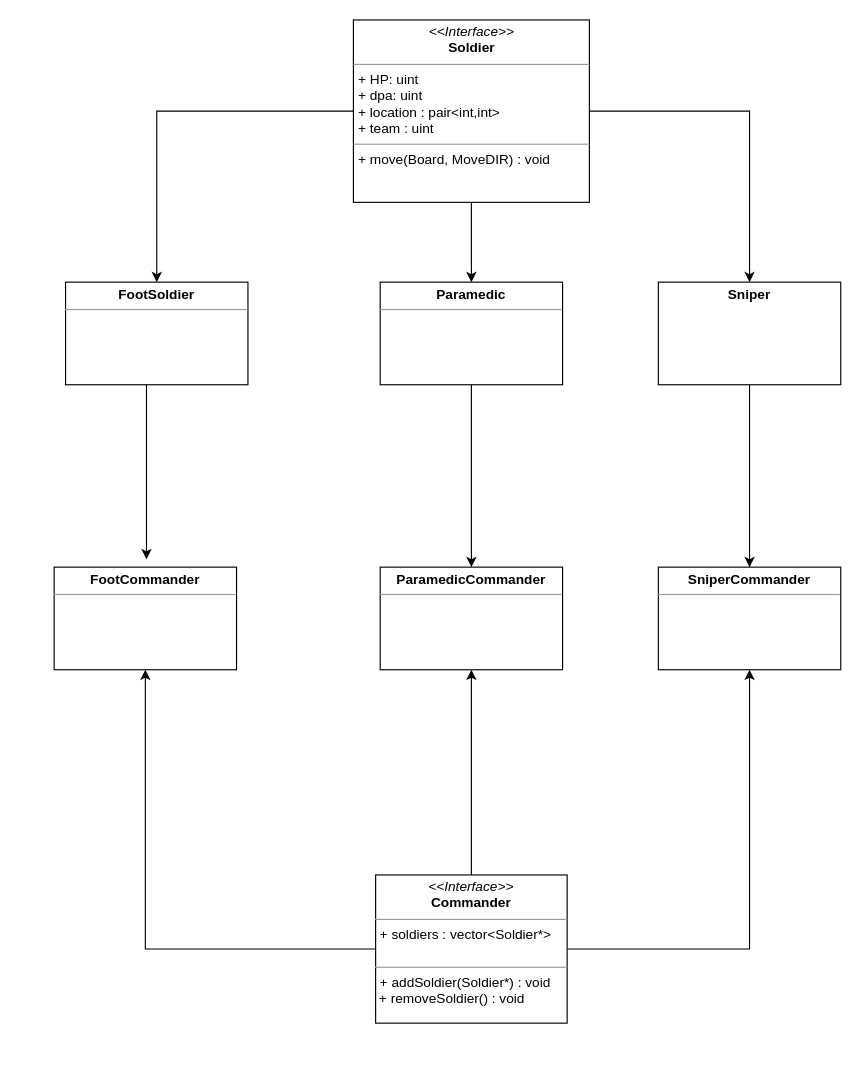
Before: docs/soldiers.drawio in dean985/wargame, a draw.io diagram. Source tidied: cells renumbered, new cells numbered last; positions are measured from the earlier drawing's top-left corner, leaving out a move shared by most shapes. Both pictures are drawn from the tidied source at 114%, with x=0, y=0 at pixel (54, 19).
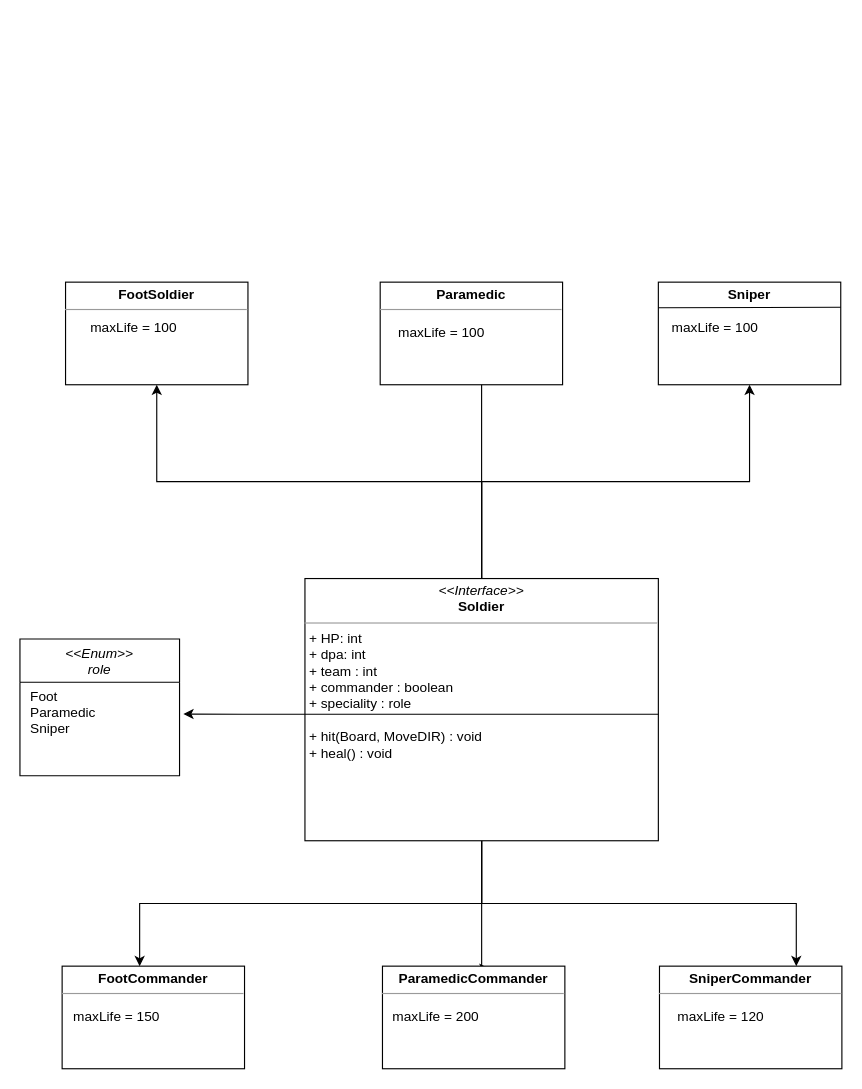
Above is the later version.

The change refers to these unchanged cells:
```xml
<mxCell id="11" value="&lt;p style=&quot;margin: 0px ; margin-top: 4px ; text-align: center&quot;&gt;&lt;b&gt;FootSoldier&lt;/b&gt;&lt;/p&gt;&lt;hr size=&quot;1&quot;&gt;&lt;p style=&quot;margin: 0px ; margin-left: 4px&quot;&gt;&lt;/p&gt;&lt;p style=&quot;margin: 0px ; margin-left: 4px&quot;&gt;&lt;br&gt;&lt;/p&gt;" style="verticalAlign=top;align=left;overflow=fill;fontSize=12;fontFamily=Helvetica;html=1;" parent="1" vertex="1">
  <mxGeometry x="10" y="230" width="160" height="90" as="geometry" />
</mxCell>
<mxCell id="14" value="&lt;p style=&quot;margin: 0px ; margin-top: 4px ; text-align: center&quot;&gt;&lt;b&gt;Paramedic&lt;/b&gt;&lt;/p&gt;&lt;hr size=&quot;1&quot;&gt;&lt;p style=&quot;margin: 0px ; margin-left: 4px&quot;&gt;&lt;/p&gt;&lt;p style=&quot;margin: 0px ; margin-left: 4px&quot;&gt;&lt;br&gt;&lt;/p&gt;" style="verticalAlign=top;align=left;overflow=fill;fontSize=12;fontFamily=Helvetica;html=1;" parent="1" vertex="1">
  <mxGeometry x="286" y="230" width="160" height="90" as="geometry" />
</mxCell>
```

Diff of the diagram source:
```diff
@@
+    <mxCell id="4" style="edgeStyle=orthogonalEdgeStyle;rounded=0;jettySize=auto;html=1;entryX=0.556;entryY=0.889;entryDx=0;entryDy=0;entryPerimeter=0;" parent="1" edge="1" source="5" target="14">
+      <mxGeometry relative="1" as="geometry" />
+    </mxCell>
-    <mxCell id="2" style="edgeStyle=orthogonalEdgeStyle;rounded=0;jettySize=auto;html=1;entryX=0.5;entryY=0;entryDx=0;entryDy=0;" parent="1" edge="1" source="5" target="17">
+    <mxCell id="2" style="edgeStyle=orthogonalEdgeStyle;rounded=0;jettySize=auto;html=1;entryX=0.5;entryY=1;entryDx=0;entryDy=0;" parent="1" edge="1" source="5" target="17">
       <mxGeometry relative="1" as="geometry" />
     </mxCell>
+    <mxCell id="19" style="edgeStyle=orthogonalEdgeStyle;rounded=0;jettySize=auto;html=1;entryX=0.587;entryY=0.026;entryDx=0;entryDy=0;entryPerimeter=0;" parent="1" edge="1" source="5" target="15">
+      <mxGeometry relative="1" as="geometry">
+        <Array as="points">
+          <mxPoint x="375" y="775" />
+          <mxPoint x="375" y="775" />
+        </Array>
+      </mxGeometry>
+    </mxCell>
+    <mxCell id="20" style="edgeStyle=orthogonalEdgeStyle;rounded=0;jettySize=auto;html=1;entryX=0.75;entryY=0;entryDx=0;entryDy=0;" parent="1" edge="1" source="5" target="18">
+      <mxGeometry relative="1" as="geometry">
+        <Array as="points">
+          <mxPoint x="375" y="775" />
+          <mxPoint x="651" y="775" />
+        </Array>
+      </mxGeometry>
+    </mxCell>
+    <mxCell id="21" style="edgeStyle=orthogonalEdgeStyle;rounded=0;jettySize=auto;html=1;" parent="1" edge="1" source="5" target="12">
+      <mxGeometry relative="1" as="geometry">
+        <Array as="points">
+          <mxPoint x="375" y="775" />
+          <mxPoint x="75" y="775" />
+        </Array>
+      </mxGeometry>
+    </mxCell>
-    <mxCell id="3" style="edgeStyle=orthogonalEdgeStyle;rounded=0;jettySize=auto;html=1;entryX=0.5;entryY=0;entryDx=0;entryDy=0;" parent="1" edge="1" source="5" target="11">
-      <mxGeometry relative="1" as="geometry" />
+    <mxCell id="3" style="edgeStyle=orthogonalEdgeStyle;rounded=0;jettySize=auto;html=1;entryX=0.5;entryY=1;entryDx=0;entryDy=0;" parent="1" edge="1" source="5" target="11">
+      <mxGeometry relative="1" as="geometry">
+        <Array as="points">
+          <mxPoint x="375" y="405" />
+          <mxPoint x="90" y="405" />
+        </Array>
+      </mxGeometry>
     </mxCell>
-    <mxCell id="4" style="edgeStyle=orthogonalEdgeStyle;rounded=0;jettySize=auto;html=1;entryX=0.5;entryY=0;entryDx=0;entryDy=0;" parent="1" edge="1" source="5" target="14">
-      <mxGeometry relative="1" as="geometry" />
-    </mxCell>
-    <mxCell id="5" value="&lt;p style=&quot;margin: 0px ; margin-top: 4px ; text-align: center&quot;&gt;&lt;i&gt;&amp;lt;&amp;lt;Interface&amp;gt;&amp;gt;&lt;/i&gt;&lt;br&gt;&lt;b&gt;Soldier&lt;/b&gt;&lt;/p&gt;&lt;hr size=&quot;1&quot;&gt;&lt;p style=&quot;margin: 0px ; margin-left: 4px&quot;&gt;+ HP: uint&lt;br&gt;+ dpa: uint&lt;/p&gt;&lt;p style=&quot;margin: 0px ; margin-left: 4px&quot;&gt;+ location : pair&amp;lt;int,int&amp;gt;&lt;/p&gt;&lt;p style=&quot;margin: 0px ; margin-left: 4px&quot;&gt;+ team : uint&lt;/p&gt;&lt;hr size=&quot;1&quot;&gt;&lt;p style=&quot;margin: 0px ; margin-left: 4px&quot;&gt;+ move(Board, MoveDIR) : void&lt;br&gt;&lt;/p&gt;" style="verticalAlign=top;align=left;overflow=fill;fontSize=12;fontFamily=Helvetica;html=1;" parent="1" vertex="1">
-      <mxGeometry x="262.5" width="207" height="160" as="geometry" />
+    <mxCell id="5" value="&lt;p style=&quot;margin: 0px ; margin-top: 4px ; text-align: center&quot;&gt;&lt;i&gt;&amp;lt;&amp;lt;Interface&amp;gt;&amp;gt;&lt;/i&gt;&lt;br&gt;&lt;b&gt;Soldier&lt;/b&gt;&lt;/p&gt;&lt;hr size=&quot;1&quot;&gt;&lt;p style=&quot;margin: 0px ; margin-left: 4px&quot;&gt;+ HP: int&lt;br&gt;+ dpa: int&lt;/p&gt;&lt;p style=&quot;margin: 0px ; margin-left: 4px&quot;&gt;+ team : int&lt;/p&gt;&lt;p style=&quot;margin: 0px ; margin-left: 4px&quot;&gt;+ commander : boolean&lt;/p&gt;&lt;p style=&quot;margin: 0px ; margin-left: 4px&quot;&gt;+ speciality : role&lt;/p&gt;&lt;p style=&quot;margin: 0px ; margin-left: 4px&quot;&gt;&lt;span&gt;&lt;br&gt;&lt;/span&gt;&lt;/p&gt;&lt;p style=&quot;margin: 0px ; margin-left: 4px&quot;&gt;&lt;span&gt;+ hit(Board, MoveDIR) : void&lt;/span&gt;&lt;br&gt;&lt;/p&gt;&lt;p style=&quot;margin: 0px ; margin-left: 4px&quot;&gt;+ heal() : void&lt;/p&gt;" style="verticalAlign=top;align=left;overflow=fill;fontSize=12;fontFamily=Helvetica;html=1;" parent="1" vertex="1">
+      <mxGeometry x="220" y="490" width="310" height="230" as="geometry" />
     </mxCell>
-    <mxCell id="6" style="edgeStyle=orthogonalEdgeStyle;rounded=0;jettySize=auto;html=1;entryX=0.5;entryY=1;entryDx=0;entryDy=0;" parent="1" edge="1" source="9" target="12">
-      <mxGeometry relative="1" as="geometry" />
-    </mxCell>
-    <mxCell id="7" style="edgeStyle=orthogonalEdgeStyle;rounded=0;jettySize=auto;html=1;entryX=0.5;entryY=1;entryDx=0;entryDy=0;" parent="1" edge="1" source="9" target="18">
-      <mxGeometry relative="1" as="geometry" />
-    </mxCell>
-    <mxCell id="8" style="edgeStyle=orthogonalEdgeStyle;rounded=0;jettySize=auto;html=1;entryX=0.5;entryY=1;entryDx=0;entryDy=0;" parent="1" edge="1" source="9" target="15">
-      <mxGeometry relative="1" as="geometry" />
-    </mxCell>
-    <mxCell id="9" value="&lt;p style=&quot;margin: 0px ; margin-top: 4px ; text-align: center&quot;&gt;&lt;i&gt;&amp;lt;&amp;lt;Interface&amp;gt;&amp;gt;&lt;/i&gt;&lt;br&gt;&lt;b&gt;Commander&lt;/b&gt;&lt;/p&gt;&lt;hr size=&quot;1&quot;&gt;&lt;p style=&quot;margin: 0px ; margin-left: 4px&quot;&gt;+ soldiers : vector&amp;lt;Soldier*&amp;gt;&lt;/p&gt;&lt;p style=&quot;margin: 0px ; margin-left: 4px&quot;&gt;&lt;br&gt;&lt;/p&gt;&lt;hr size=&quot;1&quot;&gt;&lt;p style=&quot;margin: 0px 0px 0px 4px&quot;&gt;+ addSoldier(Soldier*) : void&lt;/p&gt;&lt;div&gt;&amp;nbsp;+ removeSoldier() : void&lt;/div&gt;&lt;div&gt;&lt;br&gt;&lt;/div&gt;" style="verticalAlign=top;align=left;overflow=fill;fontSize=12;fontFamily=Helvetica;html=1;" parent="1" vertex="1">
-      <mxGeometry x="282" y="750" width="168" height="130" as="geometry" />
-    </mxCell>
-    <mxCell id="10" style="edgeStyle=orthogonalEdgeStyle;rounded=0;orthogonalLoop=1;jettySize=auto;html=1;entryX=0.575;entryY=-0.033;entryDx=0;entryDy=0;entryPerimeter=0;" parent="1" edge="1">
-      <mxGeometry relative="1" as="geometry">
-        <mxPoint x="79" y="316" as="sourcePoint" />
-        <mxPoint x="81" y="473" as="targetPoint" />
-        <Array as="points">
-          <mxPoint x="81" y="316" />
-        </Array>
-      </mxGeometry>
-    </mxCell>
@@
     <mxCell id="12" value="&lt;p style=&quot;margin: 0px ; margin-top: 4px ; text-align: center&quot;&gt;&lt;b&gt;FootCommander&lt;/b&gt;&lt;/p&gt;&lt;hr size=&quot;1&quot;&gt;&lt;p style=&quot;margin: 0px ; margin-left: 4px&quot;&gt;&lt;/p&gt;&lt;p style=&quot;margin: 0px ; margin-left: 4px&quot;&gt;&lt;br&gt;&lt;/p&gt;" style="verticalAlign=top;align=left;overflow=fill;fontSize=12;fontFamily=Helvetica;html=1;" parent="1" vertex="1">
-      <mxGeometry y="480" width="160" height="90" as="geometry" />
+      <mxGeometry x="7" y="830" width="160" height="90" as="geometry" />
     </mxCell>
-    <mxCell id="13" style="edgeStyle=orthogonalEdgeStyle;rounded=0;jettySize=auto;html=1;entryX=0.5;entryY=0;entryDx=0;entryDy=0;" parent="1" edge="1" source="14" target="15">
-      <mxGeometry relative="1" as="geometry" />
-    </mxCell>
@@
     <mxCell id="15" value="&lt;p style=&quot;margin: 0px ; margin-top: 4px ; text-align: center&quot;&gt;&lt;b&gt;ParamedicCommander&lt;/b&gt;&lt;/p&gt;&lt;hr size=&quot;1&quot;&gt;&lt;p style=&quot;margin: 0px ; margin-left: 4px&quot;&gt;&lt;/p&gt;&lt;p style=&quot;margin: 0px ; margin-left: 4px&quot;&gt;&lt;br&gt;&lt;/p&gt;" style="verticalAlign=top;align=left;overflow=fill;fontSize=12;fontFamily=Helvetica;html=1;" parent="1" vertex="1">
-      <mxGeometry x="286" y="480" width="160" height="90" as="geometry" />
+      <mxGeometry x="288" y="830" width="160" height="90" as="geometry" />
     </mxCell>
-    <mxCell id="16" style="edgeStyle=orthogonalEdgeStyle;rounded=0;jettySize=auto;html=1;entryX=0.5;entryY=0;entryDx=0;entryDy=0;" parent="1" edge="1" source="17" target="18">
-      <mxGeometry relative="1" as="geometry" />
-    </mxCell>
-    <mxCell id="17" value="&lt;p style=&quot;margin: 0px ; margin-top: 4px ; text-align: center&quot;&gt;&lt;b&gt;Sniper&lt;/b&gt;&lt;/p&gt;" style="verticalAlign=top;align=left;overflow=fill;fontSize=12;fontFamily=Helvetica;html=1;" parent="1" vertex="1">
+    <mxCell id="17" value="&lt;p style=&quot;margin: 4px 0px 0px&quot;&gt;&lt;b&gt;Sniper&lt;/b&gt;&lt;/p&gt;" style="verticalAlign=top;align=center;overflow=fill;fontSize=12;fontFamily=Helvetica;html=1;" parent="1" vertex="1">
       <mxGeometry x="530" y="230" width="160" height="90" as="geometry" />
     </mxCell>
     <mxCell id="18" value="&lt;p style=&quot;margin: 0px ; margin-top: 4px ; text-align: center&quot;&gt;&lt;b&gt;SniperCommander&lt;/b&gt;&lt;/p&gt;&lt;hr size=&quot;1&quot;&gt;&lt;p style=&quot;margin: 0px ; margin-left: 4px&quot;&gt;&lt;/p&gt;&lt;p style=&quot;margin: 0px ; margin-left: 4px&quot;&gt;&lt;br&gt;&lt;/p&gt;" style="verticalAlign=top;align=left;overflow=fill;fontSize=12;fontFamily=Helvetica;html=1;" parent="1" vertex="1">
-      <mxGeometry x="530" y="480" width="160" height="90" as="geometry" />
+      <mxGeometry x="531" y="830" width="160" height="90" as="geometry" />
     </mxCell>
+    <mxCell id="22" style="endArrow=none;html=1;exitX=0;exitY=0.25;exitDx=0;exitDy=0;" parent="1" edge="1" source="17">
+      <mxGeometry relative="1" as="geometry">
+        <mxPoint x="690" y="252" as="targetPoint" />
+      </mxGeometry>
+    </mxCell>
+    <mxCell id="23" value="maxLife = 100" style="text;html=1;strokeColor=none;fillColor=none;align=center;verticalAlign=middle;whiteSpace=wrap;rounded=0;" parent="1" vertex="1">
+      <mxGeometry x="530" y="260" width="100" height="20" as="geometry" />
+    </mxCell>
+    <mxCell id="24" value="maxLife = 100" style="text;html=1;strokeColor=none;fillColor=none;align=center;verticalAlign=middle;whiteSpace=wrap;rounded=0;" parent="1" vertex="1">
+      <mxGeometry x="290" y="265" width="100" height="20" as="geometry" />
+    </mxCell>
+    <mxCell id="25" value="maxLife = 100" style="text;html=1;strokeColor=none;fillColor=none;align=center;verticalAlign=middle;whiteSpace=wrap;rounded=0;" parent="1" vertex="1">
+      <mxGeometry x="20" y="260" width="100" height="20" as="geometry" />
+    </mxCell>
+    <mxCell id="26" value="maxLife = 200" style="text;html=1;strokeColor=none;fillColor=none;align=center;verticalAlign=middle;whiteSpace=wrap;rounded=0;" parent="1" vertex="1">
+      <mxGeometry x="285" y="865" width="100" height="20" as="geometry" />
+    </mxCell>
+    <mxCell id="27" value="maxLife = 120" style="text;html=1;strokeColor=none;fillColor=none;align=center;verticalAlign=middle;whiteSpace=wrap;rounded=0;" parent="1" vertex="1">
+      <mxGeometry x="535" y="865" width="100" height="20" as="geometry" />
+    </mxCell>
+    <mxCell id="28" value="maxLife = 150" style="text;html=1;strokeColor=none;fillColor=none;align=center;verticalAlign=middle;whiteSpace=wrap;rounded=0;" parent="1" vertex="1">
+      <mxGeometry x="5" y="865" width="100" height="20" as="geometry" />
+    </mxCell>
+    <mxCell id="29" value="&lt;&lt;Enum&gt;&gt;&#10;role" style="swimlane;fontStyle=2;horizontal=1;startSize=38;fillColor=none;" parent="1" vertex="1">
+      <mxGeometry x="-30" y="543" width="140" height="120" as="geometry" />
+    </mxCell>
+    <mxCell id="30" value=" Foot&#10; Paramedic&#10; Sniper" style="text;strokeColor=none;fillColor=none;align=left;verticalAlign=top;spacingLeft=4;spacingRight=4;overflow=hidden;points=[[0,0.5],[1,0.5]];portConstraint=eastwest;" parent="1" vertex="1">
+      <mxGeometry x="-30" y="580" width="140" height="94" as="geometry" />
+    </mxCell>
+    <mxCell id="31" style="edgeStyle=orthogonalEdgeStyle;rounded=0;jettySize=auto;html=1;entryX=1.024;entryY=0.307;entryDx=0;entryDy=0;entryPerimeter=0;" parent="1" edge="1" source="32" target="30">
+      <mxGeometry relative="1" as="geometry" />
+    </mxCell>
+    <mxCell id="32" style="line;strokeWidth=1;fillColor=none;align=left;verticalAlign=middle;spacingTop=-1;spacingLeft=3;spacingRight=3;labelPosition=right;points=[];portConstraint=eastwest;" parent="1" vertex="1">
+      <mxGeometry x="220" y="605" width="310" height="8" as="geometry" />
+    </mxCell>
```
